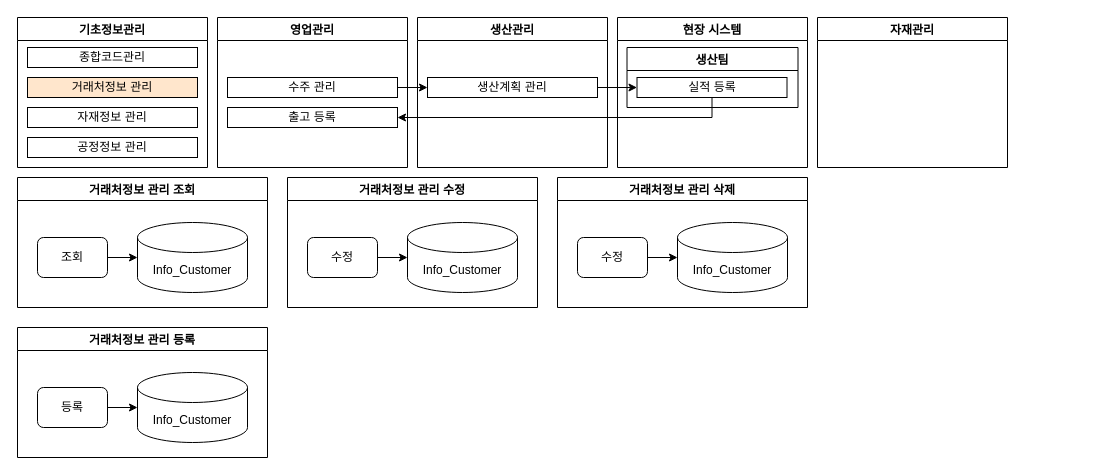
QYnote/MES keeps this draw.io diagram as page "거래처정보 관리" (2 of 9) of 00. 설계/모듈 설계.drawio. Above is the earlier version. Source tidied: cells renumbered, new cells numbered last; positions are measured from the earlier drawing's top-left corner, leaving out a move shared by most shapes. Both pictures are drawn from the tidied source at 100%, with x=0, y=0 at pixel (17, 17).
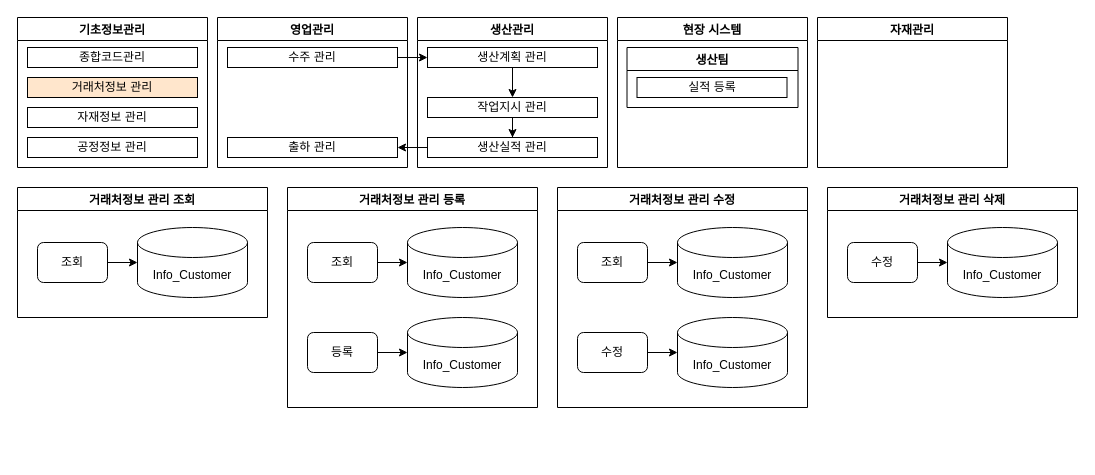
The same page after the edit.

Change to the diagram source:
```diff
@@
-    <mxCell id="2" value="영업관리" style="swimlane;" parent="1" vertex="1">
-      <mxGeometry x="200" width="190" height="150" as="geometry" />
-    </mxCell>
-    <mxCell id="3" value="수주 관리" style="rounded=0;whiteSpace=wrap;html=1;fillColor=#FFFFFF;" parent="2" vertex="1">
-      <mxGeometry x="10" y="60" width="170" height="20" as="geometry" />
-    </mxCell>
-    <mxCell id="4" value="출고 등록" style="rounded=0;whiteSpace=wrap;html=1;" parent="2" vertex="1">
-      <mxGeometry x="10" y="90" width="170" height="20" as="geometry" />
-    </mxCell>
-    <mxCell id="5" value="생산관리" style="swimlane;" parent="1" vertex="1">
-      <mxGeometry x="400" width="190" height="150" as="geometry" />
-    </mxCell>
-    <mxCell id="6" value="생산계획 관리" style="rounded=0;whiteSpace=wrap;html=1;fillColor=#FFFFFF;" parent="5" vertex="1">
-      <mxGeometry x="10" y="60" width="170" height="20" as="geometry" />
-    </mxCell>
-    <mxCell id="7" value="현장 시스템" style="swimlane;" parent="1" vertex="1">
-      <mxGeometry x="600" width="190" height="150" as="geometry" />
-    </mxCell>
-    <mxCell id="8" value="생산팀" style="swimlane;" parent="7" vertex="1">
-      <mxGeometry x="9.5" y="30" width="171" height="60" as="geometry" />
-    </mxCell>
-    <mxCell id="9" value="실적 등록" style="rounded=0;whiteSpace=wrap;html=1;fillColor=#FFFFFF;" parent="8" vertex="1">
-      <mxGeometry x="10" y="30" width="150" height="20" as="geometry" />
-    </mxCell>
-    <mxCell id="10" value="자재관리" style="swimlane;" parent="1" vertex="1">
-      <mxGeometry x="800" width="190" height="150" as="geometry" />
-    </mxCell>
-    <mxCell id="11" style="edgeStyle=orthogonalEdgeStyle;rounded=0;jettySize=auto;html=1;" parent="1" edge="1" source="3" target="6">
-      <mxGeometry relative="1" as="geometry" />
-    </mxCell>
-    <mxCell id="12" style="edgeStyle=orthogonalEdgeStyle;rounded=0;jettySize=auto;html=1;" parent="1" edge="1" source="6" target="9">
-      <mxGeometry relative="1" as="geometry" />
-    </mxCell>
-    <mxCell id="13" style="edgeStyle=orthogonalEdgeStyle;rounded=0;jettySize=auto;html=1;" parent="1" edge="1" source="9" target="4">
-      <mxGeometry relative="1" as="geometry">
-        <Array as="points">
-          <mxPoint x="695" y="100" />
-        </Array>
-      </mxGeometry>
-    </mxCell>
     <mxCell id="14" value="거래처정보 관리 조회" style="swimlane;fillColor=#FFFFFF;" parent="1" vertex="1">
-      <mxGeometry y="160" width="250" height="130" as="geometry" />
+      <mxGeometry y="170" width="250" height="130" as="geometry" />
     </mxCell>
     <mxCell id="15" value="Info_Customer" style="shape=cylinder3;whiteSpace=wrap;html=1;boundedLbl=1;backgroundOutline=1;size=15;fillColor=#ffffff;" parent="14" vertex="1">
-      <mxGeometry x="120" y="45" width="110" height="70" as="geometry" />
+      <mxGeometry x="120" y="40" width="110" height="70" as="geometry" />
     </mxCell>
@@
     <mxCell id="17" value="조회" style="rounded=1;whiteSpace=wrap;html=1;fillColor=#ffffff;" parent="14" vertex="1">
-      <mxGeometry x="20" y="60" width="70" height="40" as="geometry" />
+      <mxGeometry x="20" y="55" width="70" height="40" as="geometry" />
     </mxCell>
     <mxCell id="18" value="거래처정보 관리 등록" style="swimlane;fillColor=#FFFFFF;" parent="1" vertex="1">
-      <mxGeometry y="310" width="250" height="130" as="geometry" />
+      <mxGeometry x="270" y="170" width="250" height="220" as="geometry" />
     </mxCell>
     <mxCell id="19" value="Info_Customer" style="shape=cylinder3;whiteSpace=wrap;html=1;boundedLbl=1;backgroundOutline=1;size=15;fillColor=#ffffff;" parent="18" vertex="1">
-      <mxGeometry x="120" y="45" width="110" height="70" as="geometry" />
+      <mxGeometry x="120" y="130" width="110" height="70" as="geometry" />
     </mxCell>
@@
     <mxCell id="21" value="등록" style="rounded=1;whiteSpace=wrap;html=1;fillColor=#ffffff;" parent="18" vertex="1">
-      <mxGeometry x="20" y="60" width="70" height="40" as="geometry" />
+      <mxGeometry x="20" y="145" width="70" height="40" as="geometry" />
     </mxCell>
+    <mxCell id="35" value="Info_Customer" style="shape=cylinder3;whiteSpace=wrap;html=1;boundedLbl=1;backgroundOutline=1;size=15;fillColor=#ffffff;" parent="18" vertex="1">
+      <mxGeometry x="120" y="40" width="110" height="70" as="geometry" />
+    </mxCell>
+    <mxCell id="36" style="edgeStyle=orthogonalEdgeStyle;rounded=0;jettySize=auto;html=1;strokeColor=#000000;" parent="18" edge="1" source="37" target="35">
+      <mxGeometry relative="1" as="geometry" />
+    </mxCell>
+    <mxCell id="37" value="조회" style="rounded=1;whiteSpace=wrap;html=1;fillColor=#ffffff;" parent="18" vertex="1">
+      <mxGeometry x="20" y="55" width="70" height="40" as="geometry" />
+    </mxCell>
     <mxCell id="22" value="거래처정보 관리 수정" style="swimlane;fillColor=#FFFFFF;" parent="1" vertex="1">
-      <mxGeometry x="270" y="160" width="250" height="130" as="geometry" />
+      <mxGeometry x="540" y="170" width="250" height="220" as="geometry" />
     </mxCell>
     <mxCell id="23" value="Info_Customer" style="shape=cylinder3;whiteSpace=wrap;html=1;boundedLbl=1;backgroundOutline=1;size=15;fillColor=#ffffff;" parent="22" vertex="1">
-      <mxGeometry x="120" y="45" width="110" height="70" as="geometry" />
+      <mxGeometry x="120" y="130" width="110" height="70" as="geometry" />
     </mxCell>
@@
     <mxCell id="25" value="수정" style="rounded=1;whiteSpace=wrap;html=1;fillColor=#ffffff;" parent="22" vertex="1">
-      <mxGeometry x="20" y="60" width="70" height="40" as="geometry" />
+      <mxGeometry x="20" y="145" width="70" height="40" as="geometry" />
     </mxCell>
+    <mxCell id="38" value="Info_Customer" style="shape=cylinder3;whiteSpace=wrap;html=1;boundedLbl=1;backgroundOutline=1;size=15;fillColor=#ffffff;" parent="22" vertex="1">
+      <mxGeometry x="120" y="40" width="110" height="70" as="geometry" />
+    </mxCell>
+    <mxCell id="39" style="edgeStyle=orthogonalEdgeStyle;rounded=0;jettySize=auto;html=1;strokeColor=#000000;" parent="22" edge="1" source="40" target="38">
+      <mxGeometry relative="1" as="geometry" />
+    </mxCell>
+    <mxCell id="40" value="조회" style="rounded=1;whiteSpace=wrap;html=1;fillColor=#ffffff;" parent="22" vertex="1">
+      <mxGeometry x="20" y="55" width="70" height="40" as="geometry" />
+    </mxCell>
     <mxCell id="26" value="거래처정보 관리 삭제" style="swimlane;fillColor=#FFFFFF;" parent="1" vertex="1">
-      <mxGeometry x="540" y="160" width="250" height="130" as="geometry" />
+      <mxGeometry x="810" y="170" width="250" height="130" as="geometry" />
     </mxCell>
     <mxCell id="27" value="Info_Customer" style="shape=cylinder3;whiteSpace=wrap;html=1;boundedLbl=1;backgroundOutline=1;size=15;fillColor=#ffffff;" parent="26" vertex="1">
-      <mxGeometry x="120" y="45" width="110" height="70" as="geometry" />
+      <mxGeometry x="120" y="40" width="110" height="70" as="geometry" />
     </mxCell>
@@
     <mxCell id="29" value="수정" style="rounded=1;whiteSpace=wrap;html=1;fillColor=#ffffff;" parent="26" vertex="1">
-      <mxGeometry x="20" y="60" width="70" height="40" as="geometry" />
+      <mxGeometry x="20" y="55" width="70" height="40" as="geometry" />
     </mxCell>
+    <mxCell id="2" value="영업관리" style="swimlane;" parent="1" vertex="1">
+      <mxGeometry x="200" width="190" height="150" as="geometry" />
+    </mxCell>
+    <mxCell id="3" value="수주 관리" style="rounded=0;whiteSpace=wrap;html=1;fillColor=#FFFFFF;" parent="2" vertex="1">
+      <mxGeometry x="10" y="30" width="170" height="20" as="geometry" />
+    </mxCell>
+    <mxCell id="41" value="출하 관리" style="rounded=0;whiteSpace=wrap;html=1;" parent="2" vertex="1">
+      <mxGeometry x="10" y="120" width="170" height="20" as="geometry" />
+    </mxCell>
+    <mxCell id="5" value="생산관리" style="swimlane;" parent="1" vertex="1">
+      <mxGeometry x="400" width="190" height="150" as="geometry" />
+    </mxCell>
+    <mxCell id="6" value="생산계획 관리" style="rounded=0;whiteSpace=wrap;html=1;fillColor=#FFFFFF;" parent="5" vertex="1">
+      <mxGeometry x="10" y="30" width="170" height="20" as="geometry" />
+    </mxCell>
+    <mxCell id="42" value="생산실적 관리" style="rounded=0;whiteSpace=wrap;html=1;fillColor=#FFFFFF;" parent="5" vertex="1">
+      <mxGeometry x="10" y="120" width="170" height="20" as="geometry" />
+    </mxCell>
+    <mxCell id="43" style="edgeStyle=orthogonalEdgeStyle;rounded=0;jettySize=auto;html=1;" parent="5" edge="1" source="6" target="45">
+      <mxGeometry relative="1" as="geometry" />
+    </mxCell>
+    <mxCell id="44" style="edgeStyle=orthogonalEdgeStyle;rounded=0;jettySize=auto;html=1;" parent="5" edge="1" source="45" target="42">
+      <mxGeometry relative="1" as="geometry" />
+    </mxCell>
+    <mxCell id="45" value="작업지시 관리" style="rounded=0;whiteSpace=wrap;html=1;fillColor=#FFFFFF;" parent="5" vertex="1">
+      <mxGeometry x="10" y="80" width="170" height="20" as="geometry" />
+    </mxCell>
+    <mxCell id="7" value="현장 시스템" style="swimlane;" parent="1" vertex="1">
+      <mxGeometry x="600" width="190" height="150" as="geometry" />
+    </mxCell>
+    <mxCell id="8" value="생산팀" style="swimlane;" parent="7" vertex="1">
+      <mxGeometry x="9.5" y="30" width="171" height="60" as="geometry" />
+    </mxCell>
+    <mxCell id="9" value="실적 등록" style="rounded=0;whiteSpace=wrap;html=1;fillColor=#FFFFFF;" parent="8" vertex="1">
+      <mxGeometry x="10" y="30" width="150" height="20" as="geometry" />
+    </mxCell>
+    <mxCell id="10" value="자재관리" style="swimlane;" parent="1" vertex="1">
+      <mxGeometry x="800" width="190" height="150" as="geometry" />
+    </mxCell>
+    <mxCell id="11" style="edgeStyle=orthogonalEdgeStyle;rounded=0;jettySize=auto;html=1;" parent="1" edge="1" source="3" target="6">
+      <mxGeometry relative="1" as="geometry" />
+    </mxCell>
@@
+    <mxCell id="46" style="edgeStyle=orthogonalEdgeStyle;rounded=0;jettySize=auto;html=1;" parent="1" edge="1" source="42" target="41">
+      <mxGeometry relative="1" as="geometry" />
+    </mxCell>
```
